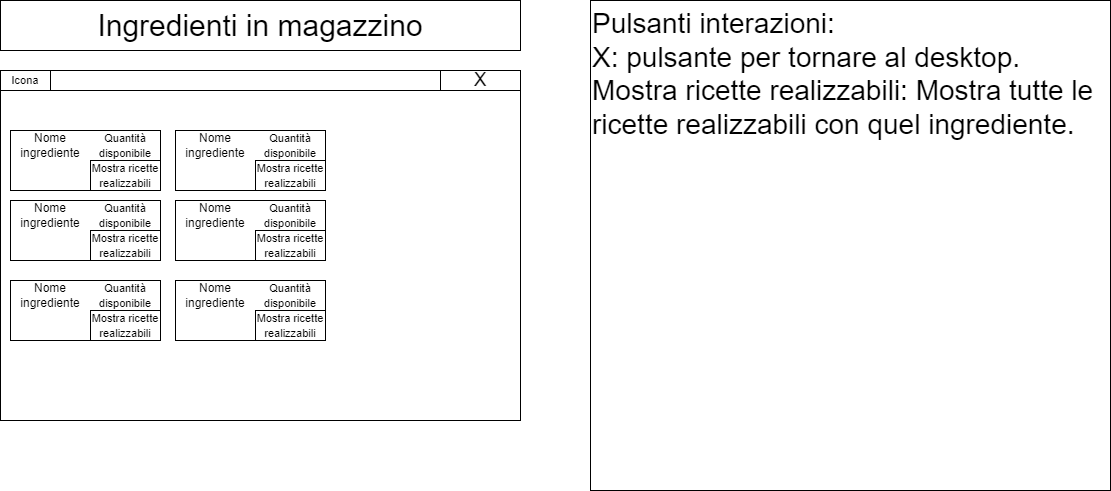
This is doc/img/StoryboardMagazzino.png from zSavT/Healthy-Catering, a draw.io export, as it was before one commit. Source tidied: cells renumbered, new cells last; positions are measured from the earlier drawing's top-left corner, leaving out a move shared by most shapes. Its diagram source:
```xml
<mxGraphModel>
  <root>
    <mxCell id="0" />
    <mxCell id="1" parent="0" />
    <mxCell id="2" value="&lt;font style=&quot;font-size: 30px;&quot;&gt;Ingredienti in magazzino&lt;/font&gt;" style="rounded=0;whiteSpace=wrap;html=1;" parent="1" vertex="1">
      <mxGeometry width="520" height="50" as="geometry" />
    </mxCell>
    <mxCell id="3" style="rounded=0;whiteSpace=wrap;html=1;align=left;verticalAlign=top;" parent="1" vertex="1">
      <mxGeometry y="70" width="520" height="350" as="geometry" />
    </mxCell>
    <mxCell id="4" value="&lt;font style=&quot;font-size: 19px;&quot;&gt;X&lt;/font&gt;" style="rounded=0;whiteSpace=wrap;html=1;" parent="1" vertex="1">
      <mxGeometry x="440" y="70" width="80" height="20" as="geometry" />
    </mxCell>
    <mxCell id="5" value="&lt;span style=&quot;font-size: 28px;&quot;&gt;Pulsanti interazioni:&lt;br&gt;X: pulsante per tornare al desktop.&lt;br&gt;Mostra ricette realizzabili: Mostra tutte le ricette realizzabili con quel ingrediente.&lt;br&gt;&lt;/span&gt;" style="rounded=0;whiteSpace=wrap;html=1;align=left;verticalAlign=top;" parent="1" vertex="1">
      <mxGeometry x="590" width="520" height="490" as="geometry" />
    </mxCell>
    <mxCell id="6" style="rounded=0;whiteSpace=wrap;html=1;" parent="1" vertex="1">
      <mxGeometry x="10" y="130" width="150" height="60" as="geometry" />
    </mxCell>
    <mxCell id="7" value="Nome ingrediente" style="text;html=1;strokeColor=none;fillColor=none;align=center;verticalAlign=middle;whiteSpace=wrap;rounded=0;" parent="1" vertex="1">
      <mxGeometry x="20" y="130" width="60" height="30" as="geometry" />
    </mxCell>
    <mxCell id="8" value="&lt;font style=&quot;font-size: 11px;&quot;&gt;Quantità disponibile&lt;/font&gt;" style="text;html=1;strokeColor=none;fillColor=none;align=center;verticalAlign=middle;whiteSpace=wrap;rounded=0;" parent="1" vertex="1">
      <mxGeometry x="95" y="130" width="60" height="30" as="geometry" />
    </mxCell>
    <mxCell id="9" value="&lt;font style=&quot;font-size: 11px;&quot;&gt;Mostra ricette realizzabili&lt;/font&gt;" style="rounded=0;whiteSpace=wrap;html=1;" parent="1" vertex="1">
      <mxGeometry x="90" y="160" width="70" height="30" as="geometry" />
    </mxCell>
    <mxCell id="10" value="Icona" style="rounded=0;whiteSpace=wrap;html=1;fontSize=11;" parent="1" vertex="1">
      <mxGeometry y="70" width="50" height="20" as="geometry" />
    </mxCell>
    <mxCell id="11" style="rounded=0;whiteSpace=wrap;html=1;fontSize=11;" parent="1" vertex="1">
      <mxGeometry x="50" y="70" width="390" height="20" as="geometry" />
    </mxCell>
    <mxCell id="12" style="rounded=0;whiteSpace=wrap;html=1;" parent="1" vertex="1">
      <mxGeometry x="10" y="200" width="150" height="60" as="geometry" />
    </mxCell>
    <mxCell id="13" value="Nome ingrediente" style="text;html=1;strokeColor=none;fillColor=none;align=center;verticalAlign=middle;whiteSpace=wrap;rounded=0;" parent="1" vertex="1">
      <mxGeometry x="20" y="200" width="60" height="30" as="geometry" />
    </mxCell>
    <mxCell id="14" value="&lt;font style=&quot;font-size: 11px;&quot;&gt;Quantità disponibile&lt;/font&gt;" style="text;html=1;strokeColor=none;fillColor=none;align=center;verticalAlign=middle;whiteSpace=wrap;rounded=0;" parent="1" vertex="1">
      <mxGeometry x="95" y="200" width="60" height="30" as="geometry" />
    </mxCell>
    <mxCell id="15" value="&lt;font style=&quot;font-size: 11px;&quot;&gt;Mostra ricette realizzabili&lt;/font&gt;" style="rounded=0;whiteSpace=wrap;html=1;" parent="1" vertex="1">
      <mxGeometry x="90" y="230" width="70" height="30" as="geometry" />
    </mxCell>
    <mxCell id="16" style="rounded=0;whiteSpace=wrap;html=1;" parent="1" vertex="1">
      <mxGeometry x="10" y="280" width="150" height="60" as="geometry" />
    </mxCell>
    <mxCell id="17" value="Nome ingrediente" style="text;html=1;strokeColor=none;fillColor=none;align=center;verticalAlign=middle;whiteSpace=wrap;rounded=0;" parent="1" vertex="1">
      <mxGeometry x="20" y="280" width="60" height="30" as="geometry" />
    </mxCell>
    <mxCell id="18" value="&lt;font style=&quot;font-size: 11px;&quot;&gt;Quantità disponibile&lt;/font&gt;" style="text;html=1;strokeColor=none;fillColor=none;align=center;verticalAlign=middle;whiteSpace=wrap;rounded=0;" parent="1" vertex="1">
      <mxGeometry x="95" y="280" width="60" height="30" as="geometry" />
    </mxCell>
    <mxCell id="19" value="&lt;font style=&quot;font-size: 11px;&quot;&gt;Mostra ricette realizzabili&lt;/font&gt;" style="rounded=0;whiteSpace=wrap;html=1;" parent="1" vertex="1">
      <mxGeometry x="90" y="310" width="70" height="30" as="geometry" />
    </mxCell>
    <mxCell id="20" style="rounded=0;whiteSpace=wrap;html=1;" parent="1" vertex="1">
      <mxGeometry x="175" y="130" width="150" height="60" as="geometry" />
    </mxCell>
    <mxCell id="21" value="Nome ingrediente" style="text;html=1;strokeColor=none;fillColor=none;align=center;verticalAlign=middle;whiteSpace=wrap;rounded=0;" parent="1" vertex="1">
      <mxGeometry x="185" y="130" width="60" height="30" as="geometry" />
    </mxCell>
    <mxCell id="22" value="&lt;font style=&quot;font-size: 11px;&quot;&gt;Quantità disponibile&lt;/font&gt;" style="text;html=1;strokeColor=none;fillColor=none;align=center;verticalAlign=middle;whiteSpace=wrap;rounded=0;" parent="1" vertex="1">
      <mxGeometry x="260" y="130" width="60" height="30" as="geometry" />
    </mxCell>
    <mxCell id="23" value="&lt;font style=&quot;font-size: 11px;&quot;&gt;Mostra ricette realizzabili&lt;/font&gt;" style="rounded=0;whiteSpace=wrap;html=1;" parent="1" vertex="1">
      <mxGeometry x="255" y="160" width="70" height="30" as="geometry" />
    </mxCell>
    <mxCell id="24" style="rounded=0;whiteSpace=wrap;html=1;" parent="1" vertex="1">
      <mxGeometry x="175" y="200" width="150" height="60" as="geometry" />
    </mxCell>
    <mxCell id="25" value="Nome ingrediente" style="text;html=1;strokeColor=none;fillColor=none;align=center;verticalAlign=middle;whiteSpace=wrap;rounded=0;" parent="1" vertex="1">
      <mxGeometry x="185" y="200" width="60" height="30" as="geometry" />
    </mxCell>
    <mxCell id="26" value="&lt;font style=&quot;font-size: 11px;&quot;&gt;Quantità disponibile&lt;/font&gt;" style="text;html=1;strokeColor=none;fillColor=none;align=center;verticalAlign=middle;whiteSpace=wrap;rounded=0;" parent="1" vertex="1">
      <mxGeometry x="260" y="200" width="60" height="30" as="geometry" />
    </mxCell>
    <mxCell id="27" value="&lt;font style=&quot;font-size: 11px;&quot;&gt;Mostra ricette realizzabili&lt;/font&gt;" style="rounded=0;whiteSpace=wrap;html=1;" parent="1" vertex="1">
      <mxGeometry x="255" y="230" width="70" height="30" as="geometry" />
    </mxCell>
    <mxCell id="28" style="rounded=0;whiteSpace=wrap;html=1;" parent="1" vertex="1">
      <mxGeometry x="175" y="280" width="150" height="60" as="geometry" />
    </mxCell>
    <mxCell id="29" value="Nome ingrediente" style="text;html=1;strokeColor=none;fillColor=none;align=center;verticalAlign=middle;whiteSpace=wrap;rounded=0;" parent="1" vertex="1">
      <mxGeometry x="185" y="280" width="60" height="30" as="geometry" />
    </mxCell>
    <mxCell id="30" value="&lt;font style=&quot;font-size: 11px;&quot;&gt;Quantità disponibile&lt;/font&gt;" style="text;html=1;strokeColor=none;fillColor=none;align=center;verticalAlign=middle;whiteSpace=wrap;rounded=0;" parent="1" vertex="1">
      <mxGeometry x="260" y="280" width="60" height="30" as="geometry" />
    </mxCell>
    <mxCell id="31" value="&lt;font style=&quot;font-size: 11px;&quot;&gt;Mostra ricette realizzabili&lt;/font&gt;" style="rounded=0;whiteSpace=wrap;html=1;" parent="1" vertex="1">
      <mxGeometry x="255" y="310" width="70" height="30" as="geometry" />
    </mxCell>
  </root>
</mxGraphModel>
```
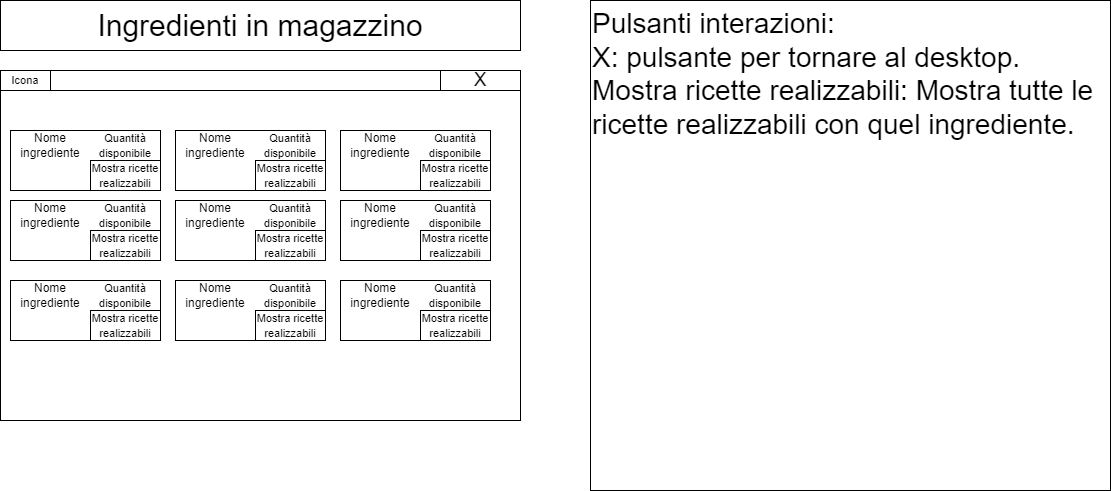
The same diagram one commit later.

Commit message:
Aggiornato storyboard Menu Aiuto e magazzino

Diff of the diagram source:
```diff
@@ -92,5 +92,41 @@
     <mxCell id="31" value="&lt;font style=&quot;font-size: 11px;&quot;&gt;Mostra ricette realizzabili&lt;/font&gt;" style="rounded=0;whiteSpace=wrap;html=1;" parent="1" vertex="1">
       <mxGeometry x="255" y="310" width="70" height="30" as="geometry" />
     </mxCell>
+    <mxCell id="32" style="rounded=0;whiteSpace=wrap;html=1;" parent="1" vertex="1">
+      <mxGeometry x="340" y="130" width="150" height="60" as="geometry" />
+    </mxCell>
+    <mxCell id="33" value="Nome ingrediente" style="text;html=1;strokeColor=none;fillColor=none;align=center;verticalAlign=middle;whiteSpace=wrap;rounded=0;" parent="1" vertex="1">
+      <mxGeometry x="350" y="130" width="60" height="30" as="geometry" />
+    </mxCell>
+    <mxCell id="34" value="&lt;font style=&quot;font-size: 11px;&quot;&gt;Quantità disponibile&lt;/font&gt;" style="text;html=1;strokeColor=none;fillColor=none;align=center;verticalAlign=middle;whiteSpace=wrap;rounded=0;" parent="1" vertex="1">
+      <mxGeometry x="425" y="130" width="60" height="30" as="geometry" />
+    </mxCell>
+    <mxCell id="35" value="&lt;font style=&quot;font-size: 11px;&quot;&gt;Mostra ricette realizzabili&lt;/font&gt;" style="rounded=0;whiteSpace=wrap;html=1;" parent="1" vertex="1">
+      <mxGeometry x="420" y="160" width="70" height="30" as="geometry" />
+    </mxCell>
+    <mxCell id="36" style="rounded=0;whiteSpace=wrap;html=1;" parent="1" vertex="1">
+      <mxGeometry x="340" y="200" width="150" height="60" as="geometry" />
+    </mxCell>
+    <mxCell id="37" value="Nome ingrediente" style="text;html=1;strokeColor=none;fillColor=none;align=center;verticalAlign=middle;whiteSpace=wrap;rounded=0;" parent="1" vertex="1">
+      <mxGeometry x="350" y="200" width="60" height="30" as="geometry" />
+    </mxCell>
+    <mxCell id="38" value="&lt;font style=&quot;font-size: 11px;&quot;&gt;Quantità disponibile&lt;/font&gt;" style="text;html=1;strokeColor=none;fillColor=none;align=center;verticalAlign=middle;whiteSpace=wrap;rounded=0;" parent="1" vertex="1">
+      <mxGeometry x="425" y="200" width="60" height="30" as="geometry" />
+    </mxCell>
+    <mxCell id="39" value="&lt;font style=&quot;font-size: 11px;&quot;&gt;Mostra ricette realizzabili&lt;/font&gt;" style="rounded=0;whiteSpace=wrap;html=1;" parent="1" vertex="1">
+      <mxGeometry x="420" y="230" width="70" height="30" as="geometry" />
+    </mxCell>
+    <mxCell id="40" style="rounded=0;whiteSpace=wrap;html=1;" parent="1" vertex="1">
+      <mxGeometry x="340" y="280" width="150" height="60" as="geometry" />
+    </mxCell>
+    <mxCell id="41" value="Nome ingrediente" style="text;html=1;strokeColor=none;fillColor=none;align=center;verticalAlign=middle;whiteSpace=wrap;rounded=0;" parent="1" vertex="1">
+      <mxGeometry x="350" y="280" width="60" height="30" as="geometry" />
+    </mxCell>
+    <mxCell id="42" value="&lt;font style=&quot;font-size: 11px;&quot;&gt;Quantità disponibile&lt;/font&gt;" style="text;html=1;strokeColor=none;fillColor=none;align=center;verticalAlign=middle;whiteSpace=wrap;rounded=0;" parent="1" vertex="1">
+      <mxGeometry x="425" y="280" width="60" height="30" as="geometry" />
+    </mxCell>
+    <mxCell id="43" value="&lt;font style=&quot;font-size: 11px;&quot;&gt;Mostra ricette realizzabili&lt;/font&gt;" style="rounded=0;whiteSpace=wrap;html=1;" parent="1" vertex="1">
+      <mxGeometry x="420" y="310" width="70" height="30" as="geometry" />
+    </mxCell>
   </root>
 </mxGraphModel>
```
